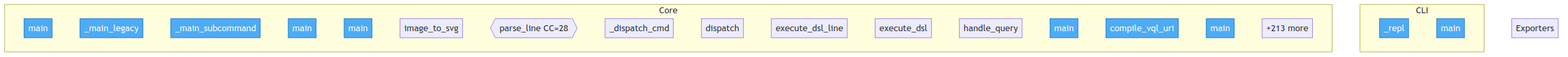
Earlier version of the Mermaid export project/flow.png (oqlos/vql). Its source is kept beside it as project/flow.mmd.
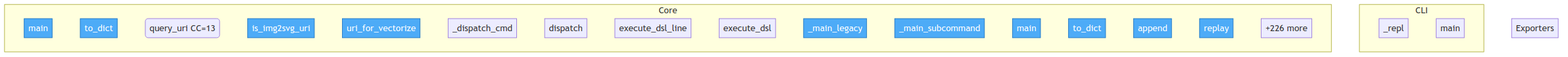
The same file after the commit.

Diff of the diagram source:
```diff
@@ -9,24 +9,24 @@
 
     subgraph Core
         packages__uri2img2svg__src__uri2img2svg__cli__main["main"]
-        packages__dsl2vql__src__dsl2vql__cli___main_legacy["_main_legacy"]
-        packages__dsl2vql__src__dsl2vql__cli___main_subcommand["_main_subcommand"]
-        packages__dsl2vql__src__dsl2vql__cli__main["main"]
-        packages__img2svg__src__img2svg__cli__main["main"]
-        packages__img2svg__src__img2svg__svg_emit__image_to_svg["image_to_svg"]
-        packages__dsl2vql__src__dsl2vql__grammar__parse_line{{parse_line CC=28}}
+        packages__uri2img2svg__src__uri2img2svg__query__QueryResult__to_dict["to_dict"]
+        packages__uri2img2svg__src__uri2img2svg__query__query_uri("query_uri CC=13")
+        packages__uri2img2svg__src__uri2img2svg__uri__is_img2svg_uri["is_img2svg_uri"]
+        packages__uri2img2svg__src__uri2img2svg__uri__uri_for_vectorize["uri_for_vectorize"]
         packages__dsl2vql__src__dsl2vql__bus___dispatch_cmd["_dispatch_cmd"]
         packages__dsl2vql__src__dsl2vql__bus__dispatch["dispatch"]
         packages__dsl2vql__src__dsl2vql__bus__execute_dsl_line["execute_dsl_line"]
         packages__dsl2vql__src__dsl2vql__bus__execute_dsl["execute_dsl"]
-        packages__dsl2vql__src__dsl2vql__handlers__query__handle_query["handle_query"]
-        packages__uri2vql__src__uri2vql__cli__main["main"]
-        packages__uri2vql__src__uri2vql__compile__compile_vql_uri["compile_vql_uri"]
-        packages__nlp2vql__src__nlp2vql__cli__main["main"]
-        ...["+213 more"]
+        packages__dsl2vql__src__dsl2vql__cli___main_legacy["_main_legacy"]
+        packages__dsl2vql__src__dsl2vql__cli___main_subcommand["_main_subcommand"]
+        packages__dsl2vql__src__dsl2vql__cli__main["main"]
+        packages__dsl2vql__src__dsl2vql__events__DslEvent__to_dict["to_dict"]
+        packages__dsl2vql__src__dsl2vql__events__EventStore__append["append"]
+        packages__dsl2vql__src__dsl2vql__events__EventStore__replay["replay"]
+        ...["+226 more"]
     end
 
     subgraph Exporters
     end
 
-    class packages__uri2img2svg__src__uri2img2svg__cli__main,packages__dsl2vql__src__dsl2vql__cli___main_legacy,packages__dsl2vql__src__dsl2vql__cli___main_subcommand,packages__dsl2vql__src__dsl2vql__cli__main,packages__img2svg__src__img2svg__cli__main,packages__cli2vql__src__cli2vql__cli___repl,packages__cli2vql__src__cli2vql__cli__main,packages__uri2vql__src__uri2vql__cli__main,packages__uri2vql__src__uri2vql__compile__compile_vql_uri,packages__nlp2vql__src__nlp2vql__cli__main entry
+    class packages__uri2img2svg__src__uri2img2svg__cli__main,packages__uri2img2svg__src__uri2img2svg__query__QueryResult__to_dict,packages__uri2img2svg__src__uri2img2svg__uri__is_img2svg_uri,packages__uri2img2svg__src__uri2img2svg__uri__uri_for_vectorize,packages__dsl2vql__src__dsl2vql__cli___main_legacy,packages__dsl2vql__src__dsl2vql__cli___main_subcommand,packages__dsl2vql__src__dsl2vql__cli__main,packages__dsl2vql__src__dsl2vql__events__DslEvent__to_dict,packages__dsl2vql__src__dsl2vql__events__EventStore__append,packages__dsl2vql__src__dsl2vql__events__EventStore__replay entry
```
